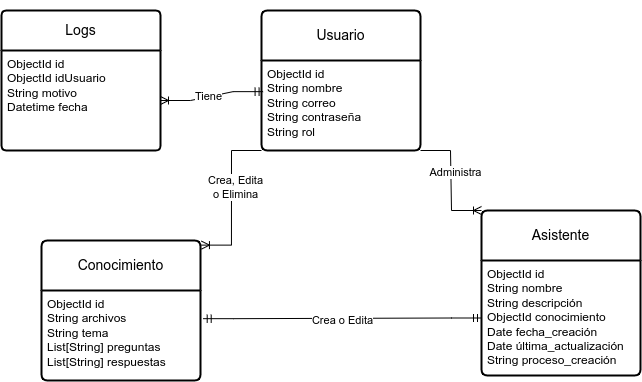
Before: DOC/MER.drawio.png, a diagram exported from draw.io (ClaudiaQueipo/thesis-chatbot). Source tidied: cells renumbered, new cells last; positions are measured from the earlier drawing's top-left corner, leaving out a move shared by most shapes.
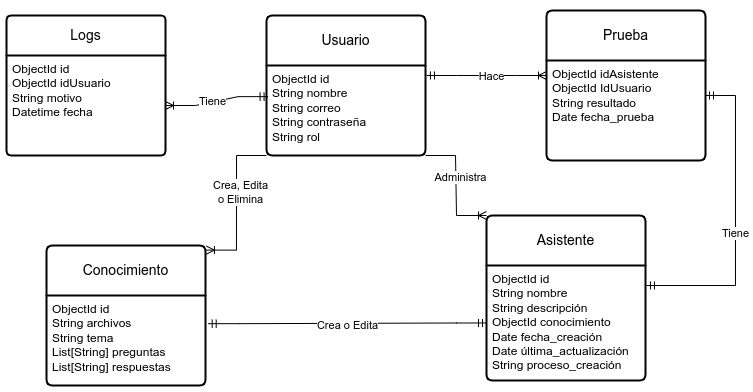
The same diagram one commit later.

The edit, as a diff of the source:
```diff
@@ -55,5 +55,27 @@
     <mxCell id="18" value="Tiene" style="edgeLabel;html=1;align=center;verticalAlign=middle;" parent="17" vertex="1">
       <mxGeometry x="0.08" y="-1" relative="1" as="geometry" />
     </mxCell>
+    <mxCell id="19" style="edgeStyle=entityRelationEdgeStyle;fontSize=12;html=1;endArrow=ERoneToMany;startArrow=ERmandOne;rounded=0;exitX=1.006;exitY=0.111;exitDx=0;exitDy=0;exitPerimeter=0;" parent="1" edge="1" source="4">
+      <mxGeometry relative="1" as="geometry">
+        <mxPoint x="540" y="70" as="targetPoint" />
+      </mxGeometry>
+    </mxCell>
+    <mxCell id="20" value="Hace" style="edgeLabel;html=1;align=center;verticalAlign=middle;" parent="19" vertex="1">
+      <mxGeometry x="0.08" y="-1" relative="1" as="geometry" />
+    </mxCell>
+    <mxCell id="21" value="Prueba" style="swimlane;horizontal=1;startSize=50;rounded=1;fontSize=14;fontStyle=0;strokeWidth=2;shadow=0;dashed=0;align=center;arcSize=4;whiteSpace=wrap;html=1;" parent="1" vertex="1">
+      <mxGeometry x="540" y="5" width="159" height="150" as="geometry" />
+    </mxCell>
+    <mxCell id="22" value="ObjectId idAsistente&lt;br&gt;ObjectId IdUsuario&lt;br&gt;String resultado&lt;br&gt;Date fecha_prueba&lt;br&gt;" style="align=left;strokeColor=none;fillColor=none;spacingLeft=4;fontSize=12;verticalAlign=top;html=1;" parent="21" vertex="1">
+      <mxGeometry y="50" width="159" height="100" as="geometry" />
+    </mxCell>
+    <mxCell id="23" style="edgeStyle=entityRelationEdgeStyle;fontSize=12;html=1;endArrow=ERmandOne;startArrow=ERmandOne;rounded=0;exitX=1.006;exitY=0.111;exitDx=0;exitDy=0;exitPerimeter=0;entryX=1.006;entryY=0.174;entryDx=0;entryDy=0;entryPerimeter=0;endFill=0;" parent="1" edge="1" target="8">
+      <mxGeometry relative="1" as="geometry">
+        <mxPoint x="699" y="90" as="sourcePoint" />
+      </mxGeometry>
+    </mxCell>
+    <mxCell id="24" value="Tiene" style="edgeLabel;html=1;align=center;verticalAlign=middle;" parent="23" vertex="1">
+      <mxGeometry x="0.08" y="-1" relative="1" as="geometry" />
+    </mxCell>
   </root>
 </mxGraphModel>
```
